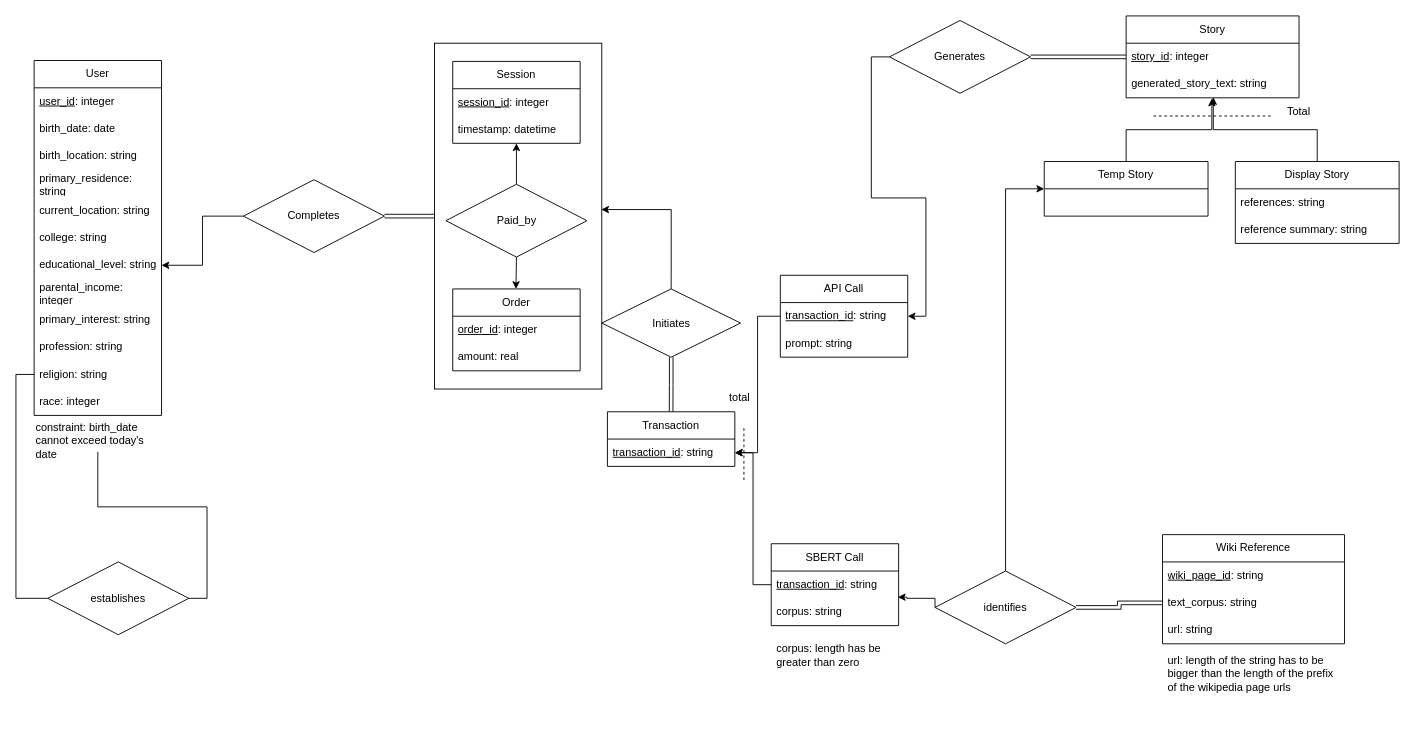
Before: er_diagram.drawio in jiajiabinx/IChing, a draw.io diagram. Source tidied: cells renumbered, new cells numbered last; positions are measured from the earlier drawing's top-left corner, leaving out a move shared by most shapes. Both pictures are drawn from the tidied source at 91%, with x=0, y=0 at pixel (34, 15).
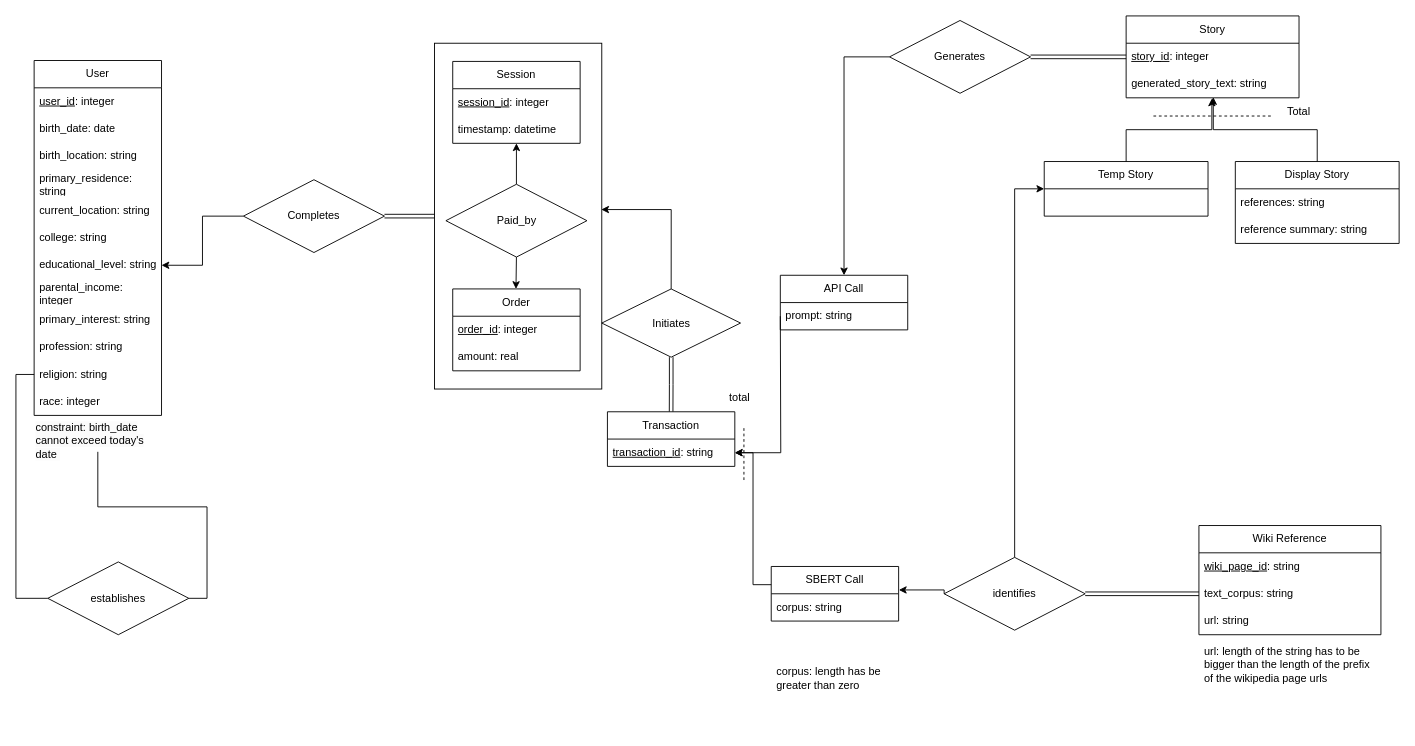
The same page after the edit.

The change refers to these unchanged cells:
```xml
<mxCell id="19" value="Generates" style="rhombus;whiteSpace=wrap;html=1;" parent="1" vertex="1">
  <mxGeometry x="940" y="5" width="155" height="80" as="geometry" />
</mxCell>
<mxCell id="32" value="&lt;u&gt;transaction_id&lt;/u&gt;: string" style="text;strokeColor=none;fillColor=none;align=left;verticalAlign=middle;spacingLeft=4;spacingRight=4;overflow=hidden;points=[[0,0.5],[1,0.5]];portConstraint=eastwest;whiteSpace=wrap;html=1;" parent="31" vertex="1">
  <mxGeometry y="30" width="140" height="30" as="geometry" />
</mxCell>
```

Change to the diagram source:
```diff
@@
-    <mxCell id="20" style="edgeStyle=orthogonalEdgeStyle;rounded=0;jettySize=auto;html=1;exitX=1;exitY=0.5;exitDx=0;exitDy=0;entryX=0;entryY=0.5;entryDx=0;entryDy=0;startArrow=classic;startFill=1;endArrow=none;endFill=0;" parent="1" edge="1" source="22" target="19">
+    <mxCell id="20" style="edgeStyle=orthogonalEdgeStyle;rounded=0;jettySize=auto;html=1;exitX=0.5;exitY=0;exitDx=0;exitDy=0;entryX=0;entryY=0.5;entryDx=0;entryDy=0;startArrow=classic;startFill=1;endArrow=none;endFill=0;" parent="1" edge="1" source="21" target="19">
       <mxGeometry relative="1" as="geometry" />
     </mxCell>
     <mxCell id="21" value="API Call" style="swimlane;fontStyle=0;horizontal=1;startSize=30;whiteSpace=wrap;html=1;" parent="1" vertex="1">
-      <mxGeometry x="820" y="285" width="140" height="90" as="geometry" />
+      <mxGeometry x="820" y="285" width="140" height="60" as="geometry" />
     </mxCell>
-    <mxCell id="22" value="&lt;u&gt;transaction_id&lt;/u&gt;: string" style="text;strokeColor=none;fillColor=none;align=left;verticalAlign=middle;spacingLeft=4;spacingRight=4;overflow=hidden;points=[[0,0.5],[1,0.5]];portConstraint=eastwest;whiteSpace=wrap;html=1;" parent="21" vertex="1">
-      <mxGeometry y="30" width="140" height="30" as="geometry" />
-    </mxCell>
     <mxCell id="23" value="prompt: string" style="text;strokeColor=none;fillColor=none;align=left;verticalAlign=middle;spacingLeft=4;spacingRight=4;overflow=hidden;whiteSpace=wrap;html=1;" parent="21" vertex="1">
-      <mxGeometry y="60" width="140" height="30" as="geometry" />
+      <mxGeometry y="30" width="140" height="30" as="geometry" />
     </mxCell>
@@
     <mxCell id="29" value="identifies" style="rhombus;whiteSpace=wrap;html=1;" parent="1" vertex="1">
-      <mxGeometry x="990" y="610" width="155" height="80" as="geometry" />
+      <mxGeometry x="1000" y="595" width="155" height="80" as="geometry" />
     </mxCell>
-    <mxCell id="30" style="edgeStyle=orthogonalEdgeStyle;rounded=0;jettySize=auto;html=1;exitX=0;exitY=0.5;exitDx=0;exitDy=0;entryX=0.994;entryY=-0.043;entryDx=0;entryDy=0;entryPerimeter=0;" parent="1" edge="1" source="29" target="44">
+    <mxCell id="30" style="edgeStyle=orthogonalEdgeStyle;rounded=0;jettySize=auto;html=1;exitX=0;exitY=0.5;exitDx=0;exitDy=0;entryX=0.997;entryY=0.012;entryDx=0;entryDy=0;entryPerimeter=0;" parent="1" edge="1" target="44">
       <mxGeometry relative="1" as="geometry">
         <Array as="points">
-          <mxPoint x="990" y="640" />
-          <mxPoint x="959" y="640" />
+          <mxPoint x="1000" y="634" />
+          <mxPoint x="980" y="634" />
         </Array>
       </mxGeometry>
     </mxCell>
@@
     <mxCell id="35" style="group;" parent="1" vertex="1">
-      <mxGeometry x="1240" y="570" width="200" height="215" as="geometry" />
+      <mxGeometry x="1280" y="560" width="200" height="215" as="geometry" />
     </mxCell>
@@
     <mxCell id="41" style="group;" parent="1" vertex="1">
-      <mxGeometry x="810" y="580" width="140" height="155" as="geometry" />
+      <mxGeometry x="810" y="605" width="140" height="155" as="geometry" />
     </mxCell>
     <mxCell id="42" value="SBERT Call" style="swimlane;fontStyle=0;horizontal=1;startSize=30;whiteSpace=wrap;html=1;" parent="41" vertex="1">
-      <mxGeometry width="140" height="90" as="geometry" />
+      <mxGeometry width="140" height="60" as="geometry" />
     </mxCell>
-    <mxCell id="43" value="&lt;u&gt;transaction_id&lt;/u&gt;: string" style="text;strokeColor=none;fillColor=none;align=left;verticalAlign=middle;spacingLeft=4;spacingRight=4;overflow=hidden;points=[[0,0.5],[1,0.5]];portConstraint=eastwest;whiteSpace=wrap;html=1;" parent="42" vertex="1">
-      <mxGeometry y="30" width="140" height="30" as="geometry" />
-    </mxCell>
     <mxCell id="44" value="corpus: string" style="text;strokeColor=none;fillColor=none;align=left;verticalAlign=middle;spacingLeft=4;spacingRight=4;overflow=hidden;points=[[0,0.5],[1,0.5]];portConstraint=eastwest;whiteSpace=wrap;html=1;" parent="42" vertex="1">
-      <mxGeometry y="60" width="140" height="30" as="geometry" />
+      <mxGeometry y="30" width="140" height="30" as="geometry" />
     </mxCell>
@@
-    <mxCell id="46" style="edgeStyle=orthogonalEdgeStyle;rounded=0;jettySize=auto;html=1;exitX=0;exitY=0.5;exitDx=0;exitDy=0;entryX=1;entryY=0.5;entryDx=0;entryDy=0;" parent="1" edge="1" source="22" target="32">
-      <mxGeometry relative="1" as="geometry" />
+    <mxCell id="46" style="edgeStyle=orthogonalEdgeStyle;rounded=0;jettySize=auto;html=1;exitX=0;exitY=0.5;exitDx=0;exitDy=0;entryX=1;entryY=0.5;entryDx=0;entryDy=0;" parent="1" edge="1" target="32">
+      <mxGeometry relative="1" as="geometry">
+        <mxPoint x="820" y="330" as="sourcePoint" />
+      </mxGeometry>
     </mxCell>
-    <mxCell id="47" style="edgeStyle=orthogonalEdgeStyle;rounded=0;jettySize=auto;html=1;exitX=0;exitY=0.5;exitDx=0;exitDy=0;entryX=1;entryY=0.5;entryDx=0;entryDy=0;" parent="1" edge="1" source="43" target="32">
+    <mxCell id="47" style="edgeStyle=orthogonalEdgeStyle;rounded=0;jettySize=auto;html=1;exitX=0;exitY=0.5;exitDx=0;exitDy=0;entryX=1;entryY=0.5;entryDx=0;entryDy=0;" parent="1" edge="1" target="32">
       <mxGeometry relative="1" as="geometry">
+        <mxPoint x="810" y="625" as="sourcePoint" />
         <Array as="points">
           <mxPoint x="790" y="625" />
           <mxPoint x="790" y="480" />
         </Array>
       </mxGeometry>
     </mxCell>
@@
+    <mxCell id="74" style="edgeStyle=orthogonalEdgeStyle;rounded=0;jettySize=auto;html=1;exitX=0;exitY=0.5;exitDx=0;exitDy=0;entryX=1.002;entryY=0.43;entryDx=0;entryDy=0;entryPerimeter=0;" parent="1" edge="1" source="29" target="42">
+      <mxGeometry relative="1" as="geometry">
+        <Array as="points">
+          <mxPoint x="1000" y="631" />
+        </Array>
+      </mxGeometry>
+    </mxCell>
```
